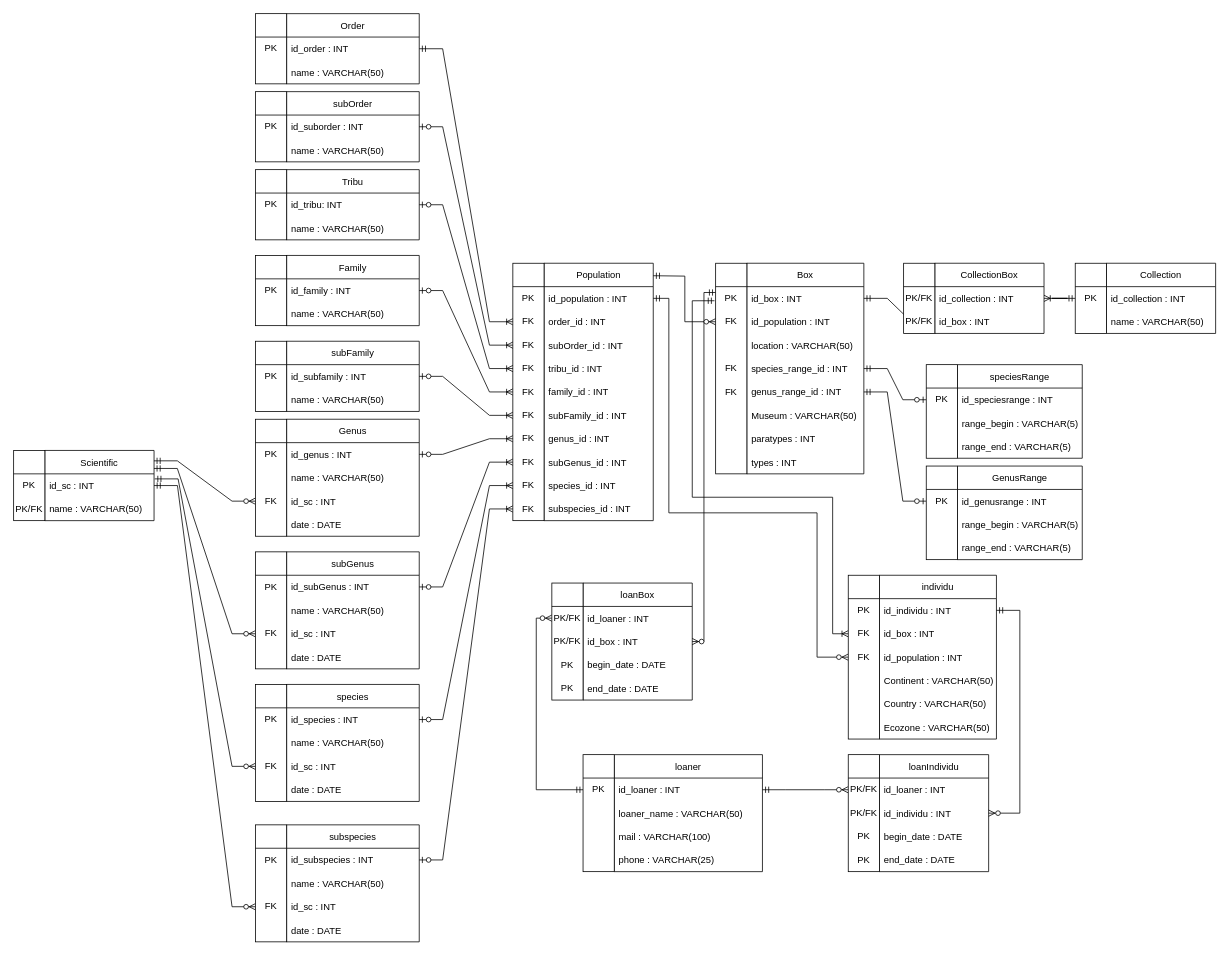
Before: page "Physical" (1 of 3) of Diagramme/physical.drawio in Simon13411/Memoire, a draw.io diagram. Source tidied: cells renumbered, new cells numbered last; positions are measured from the earlier drawing's top-left corner, leaving out a move shared by most shapes. Both pictures are drawn from the tidied source at 78%, with x=0, y=0 at pixel (13, 13).
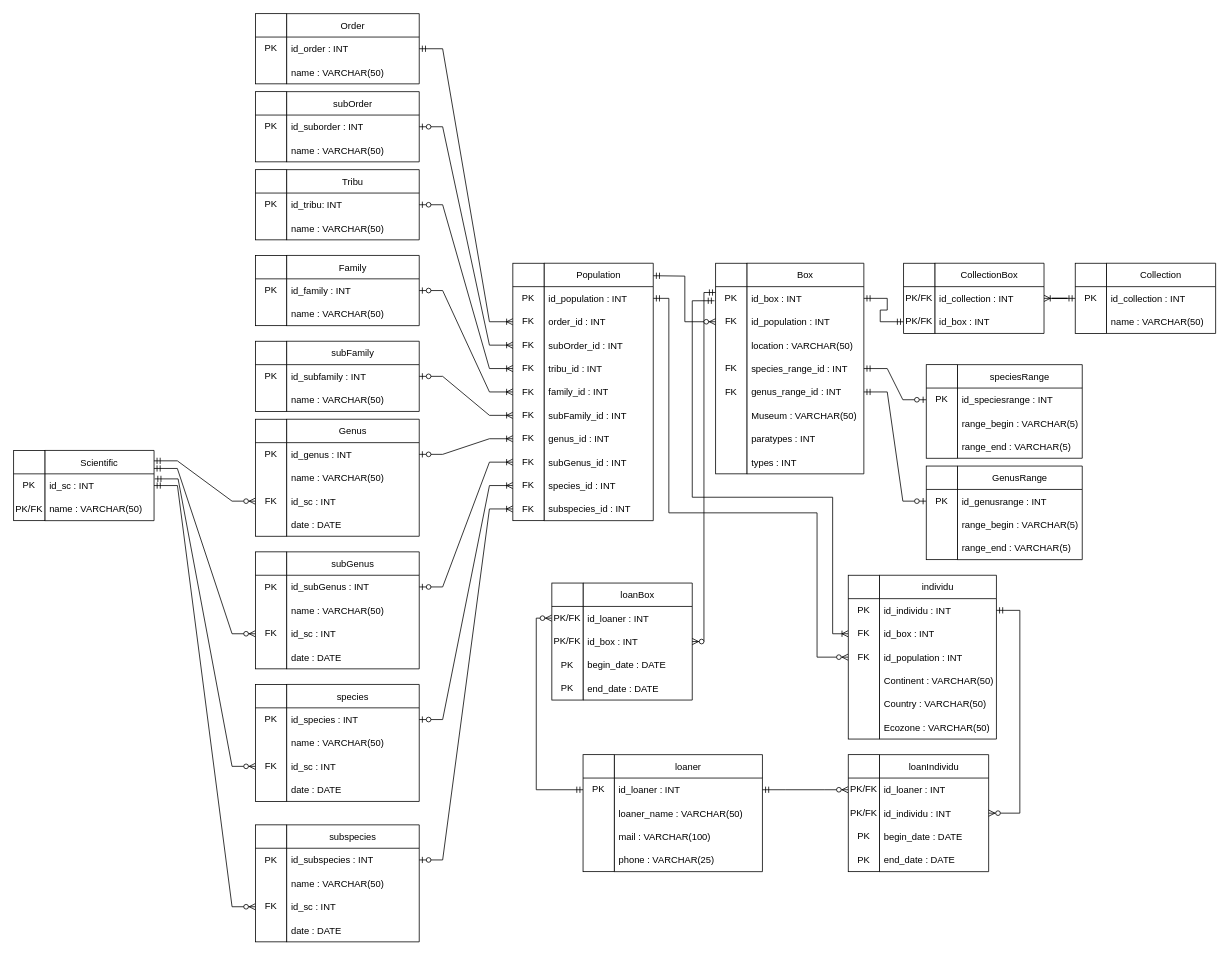
The same diagram, later.

The change refers to these unchanged cells:
```xml
<mxCell id="28" value="id_box : INT" style="text;strokeColor=none;fillColor=none;align=left;verticalAlign=middle;spacingLeft=4;spacingRight=4;overflow=hidden;points=[[0,0.5],[1,0.5]];portConstraint=eastwest;fontStyle=0;" parent="27" vertex="1">
  <mxGeometry y="30" width="150" height="30" as="geometry" />
</mxCell>
<mxCell id="50" value="id_box : INT" style="text;strokeColor=none;fillColor=none;align=left;verticalAlign=middle;spacingLeft=4;spacingRight=4;overflow=hidden;points=[[0,0.5],[1,0.5]];portConstraint=eastwest;fontStyle=0;" parent="48" vertex="1">
  <mxGeometry y="60" width="140" height="30" as="geometry" />
</mxCell>
<mxCell id="177" value="PK/FK" style="text;html=1;strokeColor=none;fillColor=none;align=center;verticalAlign=middle;whiteSpace=wrap;rounded=0;" parent="1" vertex="1">
  <mxGeometry x="1141" y="380" width="40" height="30" as="geometry" />
</mxCell>
```

What changed in the source:
```diff
@@
-    <mxCell id="101" style="edgeStyle=entityRelationEdgeStyle;fontSize=12;html=1;endArrow=ERmandOne;startArrow=ERmandOne;rounded=0;entryX=0;entryY=0.5;entryDx=0;entryDy=0;exitX=1;exitY=0.5;exitDx=0;exitDy=0;" parent="1" edge="1" source="28" target="50">
+    <mxCell id="101" style="edgeStyle=entityRelationEdgeStyle;fontSize=12;html=1;endArrow=ERmandOne;startArrow=ERmandOne;rounded=0;entryX=0;entryY=0.5;entryDx=0;entryDy=0;exitX=1;exitY=0.5;exitDx=0;exitDy=0;" parent="1" edge="1" source="28" target="177">
       <mxGeometry relative="1" as="geometry" />
     </mxCell>
```
